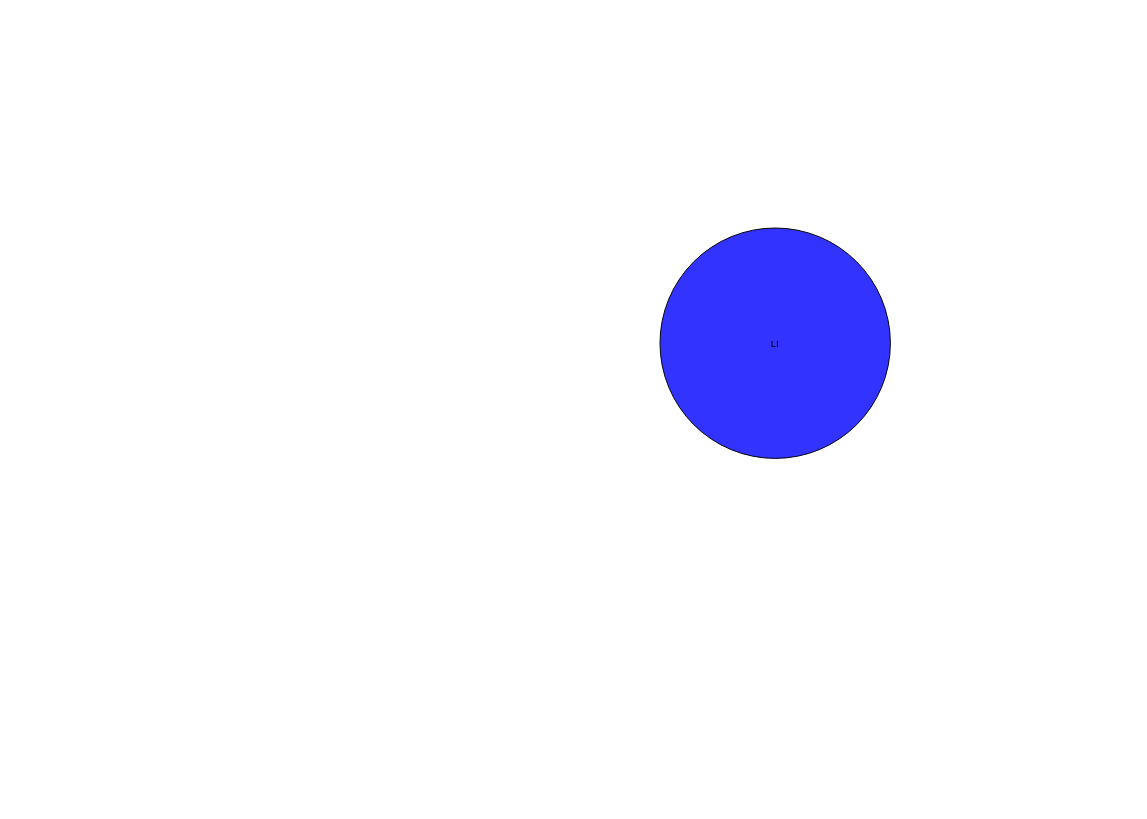
The draw.io diagram Untitled Diagram.drawio in Sofre/Library-Management-System-, before the edit. Source tidied: cells renumbered, new cells numbered last; positions are measured from the earlier drawing's top-left corner, leaving out a move shared by most shapes. Both pictures are drawn from the tidied source at 96%, with x=0, y=0 at pixel (660, 228).
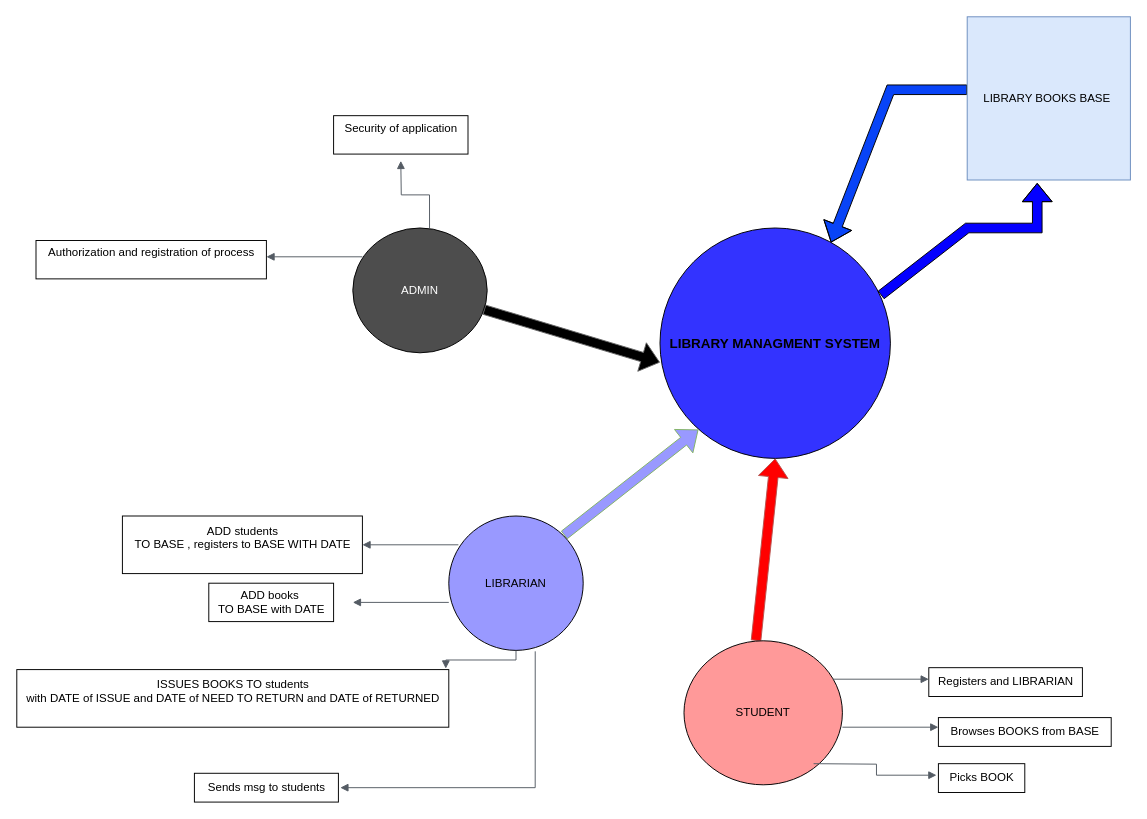
The same diagram, later.

Change to the diagram source:
```diff
@@
-    <mxCell id="2" value="&lt;div style=&quot;text-align: justify;&quot;&gt;&lt;font size=&quot;1&quot;&gt;LI&lt;/font&gt;&lt;/div&gt;" style="ellipse;whiteSpace=wrap;html=1;fillColor=#3333FF;" parent="1" vertex="1">
+    <mxCell id="2" value="&lt;div style=&quot;text-align: justify;&quot;&gt;&lt;font style=&quot;font-size: 14px;&quot;&gt;&lt;b&gt;LIBRARY MANAGMENT SYSTEM&lt;/b&gt;&lt;/font&gt;&lt;/div&gt;" style="ellipse;whiteSpace=wrap;html=1;fillColor=#3333FF;" parent="1" vertex="1">
       <mxGeometry width="240" height="240" as="geometry" />
     </mxCell>
+    <mxCell id="3" style="shape=flexArrow;endArrow=classic;html=1;rounded=0;fillColor=#000000;strokeColor=#666666;" parent="1" edge="1" source="8">
+      <mxGeometry relative="1" as="geometry">
+        <mxPoint y="140" as="targetPoint" />
+      </mxGeometry>
+    </mxCell>
+    <mxCell id="4" style="shape=flexArrow;endArrow=classic;html=1;rounded=0;fillColor=#9999FF;strokeColor=#82b366;" parent="1" edge="1">
+      <mxGeometry relative="1" as="geometry">
+        <mxPoint x="-100" y="320" as="sourcePoint" />
+        <mxPoint x="40" y="210" as="targetPoint" />
+      </mxGeometry>
+    </mxCell>
+    <mxCell id="5" style="shape=flexArrow;endArrow=classic;html=1;rounded=0;entryX=0.5;entryY=1;entryDx=0;entryDy=0;fillColor=#FF0000;strokeColor=#b85450;" parent="1" edge="1" target="2">
+      <mxGeometry relative="1" as="geometry">
+        <mxPoint x="100" y="430" as="sourcePoint" />
+      </mxGeometry>
+    </mxCell>
+    <mxCell id="6" style="shape=flexArrow;endArrow=classic;html=1;rounded=0;fillColor=#0400ff;entryX=0.429;entryY=1.018;entryDx=0;entryDy=0;entryPerimeter=0;" parent="1" edge="1" target="11">
+      <mxGeometry relative="1" as="geometry">
+        <mxPoint x="230" y="70" as="sourcePoint" />
+        <Array as="points">
+          <mxPoint x="320" />
+          <mxPoint x="393" />
+        </Array>
+      </mxGeometry>
+    </mxCell>
+    <mxCell id="7" style="shape=flexArrow;endArrow=classic;html=1;rounded=0;fillColor=#0844f7;exitX=0;exitY=0.447;exitDx=0;exitDy=0;exitPerimeter=0;entryX=0.742;entryY=0.063;entryDx=0;entryDy=0;entryPerimeter=0;" parent="1" edge="1" source="11" target="2">
+      <mxGeometry relative="1" as="geometry">
+        <Array as="points">
+          <mxPoint x="240" y="-144" />
+        </Array>
+      </mxGeometry>
+    </mxCell>
+    <mxCell id="8" value="&lt;font color=&quot;#ffffff&quot;&gt;ADMIN&lt;/font&gt;" style="ellipse;whiteSpace=wrap;html=1;fillColor=#4D4D4D;" parent="1" vertex="1">
+      <mxGeometry x="-320" width="140" height="130" as="geometry" />
+    </mxCell>
+    <mxCell id="9" value="LIBRARIAN" style="ellipse;whiteSpace=wrap;html=1;fillColor=#9999FF;" parent="1" vertex="1">
+      <mxGeometry x="-220" y="300" width="140" height="140" as="geometry" />
+    </mxCell>
+    <mxCell id="10" value="STUDENT" style="ellipse;whiteSpace=wrap;html=1;fillColor=#FF9999;" parent="1" vertex="1">
+      <mxGeometry x="25" y="430" width="165" height="150" as="geometry" />
+    </mxCell>
+    <mxCell id="11" value="LIBRARY BOOKS BASE&amp;nbsp;" style="whiteSpace=wrap;html=1;fillColor=#dae8fc;strokeColor=#6c8ebf;" parent="1" vertex="1">
+      <mxGeometry x="320" y="-220" width="170" height="170" as="geometry" />
+    </mxCell>
+    <mxCell id="12" style="edgeStyle=orthogonalEdgeStyle;html=1;endArrow=none;elbow=vertical;startArrow=block;startFill=1;strokeColor=#545B64;rounded=0;entryX=0.571;entryY=0;entryDx=0;entryDy=0;entryPerimeter=0;" parent="1" edge="1" target="8">
+      <mxGeometry relative="1" as="geometry">
+        <mxPoint x="-270" y="-70" as="sourcePoint" />
+      </mxGeometry>
+    </mxCell>
+    <mxCell id="13" value="Security of application&lt;div&gt;&lt;br&gt;&lt;/div&gt;" style="text;html=1;align=center;verticalAlign=middle;strokeColor=default;fillColor=none;" parent="1" vertex="1">
+      <mxGeometry x="-340" y="-117" width="140" height="40" as="geometry" />
+    </mxCell>
+    <mxCell id="14" style="edgeStyle=orthogonalEdgeStyle;html=1;endArrow=none;elbow=vertical;startArrow=block;startFill=1;strokeColor=#545B64;rounded=0;" parent="1" edge="1">
+      <mxGeometry relative="1" as="geometry">
+        <mxPoint x="-410" y="30" as="sourcePoint" />
+        <mxPoint x="-310" y="30" as="targetPoint" />
+      </mxGeometry>
+    </mxCell>
+    <mxCell id="15" value="Authorization and registration of process&lt;div&gt;&lt;br&gt;&lt;/div&gt;" style="text;html=1;align=center;verticalAlign=middle;strokeColor=default;fillColor=none;" parent="1" vertex="1">
+      <mxGeometry x="-650" y="13" width="240" height="40" as="geometry" />
+    </mxCell>
+    <mxCell id="16" style="edgeStyle=orthogonalEdgeStyle;html=1;endArrow=none;elbow=vertical;startArrow=block;startFill=1;strokeColor=#545B64;rounded=0;" parent="1" edge="1">
+      <mxGeometry relative="1" as="geometry">
+        <mxPoint x="-310" y="330" as="sourcePoint" />
+        <mxPoint x="-210" y="330" as="targetPoint" />
+      </mxGeometry>
+    </mxCell>
+    <mxCell id="17" value="ADD students&lt;div&gt;TO BASE , registers to BASE WITH DATE&lt;/div&gt;&lt;div&gt;&lt;br&gt;&lt;/div&gt;" style="text;html=1;align=center;verticalAlign=middle;strokeColor=default;fillColor=none;" parent="1" vertex="1">
+      <mxGeometry x="-560" y="300" width="250" height="60" as="geometry" />
+    </mxCell>
+    <mxCell id="18" style="edgeStyle=orthogonalEdgeStyle;html=1;endArrow=none;elbow=vertical;startArrow=block;startFill=1;strokeColor=#545B64;rounded=0;" parent="1" edge="1">
+      <mxGeometry relative="1" as="geometry">
+        <mxPoint x="-320" y="390" as="sourcePoint" />
+        <mxPoint x="-220" y="390" as="targetPoint" />
+      </mxGeometry>
+    </mxCell>
+    <mxCell id="19" value="ADD books&amp;nbsp;&lt;div&gt;TO BASE with DATE&lt;/div&gt;" style="text;html=1;align=center;verticalAlign=middle;strokeColor=default;fillColor=none;" parent="1" vertex="1">
+      <mxGeometry x="-470" y="370" width="130" height="40" as="geometry" />
+    </mxCell>
+    <mxCell id="20" style="edgeStyle=orthogonalEdgeStyle;html=1;endArrow=none;elbow=vertical;startArrow=block;startFill=1;strokeColor=#545B64;rounded=0;exitX=0.993;exitY=-0.017;exitDx=0;exitDy=0;exitPerimeter=0;" parent="1" edge="1" source="21" target="9">
+      <mxGeometry relative="1" as="geometry" />
+    </mxCell>
+    <mxCell id="21" value="ISSUES BOOKS TO students&lt;div&gt;with DATE of ISSUE and DATE of NEED TO RETURN and DATE of RETURNED&lt;/div&gt;&lt;div&gt;&lt;br&gt;&lt;/div&gt;" style="text;html=1;align=center;verticalAlign=middle;points=[];strokeColor=default;fillColor=none;" parent="1" vertex="1">
+      <mxGeometry x="-670" y="460" width="450" height="60" as="geometry" />
+    </mxCell>
+    <mxCell id="22" style="edgeStyle=orthogonalEdgeStyle;html=1;endArrow=none;elbow=vertical;startArrow=block;startFill=1;strokeColor=#545B64;rounded=0;entryX=0.643;entryY=1.007;entryDx=0;entryDy=0;entryPerimeter=0;exitX=1.013;exitY=0.5;exitDx=0;exitDy=0;exitPerimeter=0;" parent="1" edge="1" source="23" target="9">
+      <mxGeometry relative="1" as="geometry" />
+    </mxCell>
+    <mxCell id="23" value="Sends msg to students" style="text;html=1;align=center;verticalAlign=middle;points=[];strokeColor=default;fillColor=none;" parent="1" vertex="1">
+      <mxGeometry x="-485" y="568" width="150" height="30" as="geometry" />
+    </mxCell>
+    <mxCell id="24" style="edgeStyle=orthogonalEdgeStyle;html=1;endArrow=block;elbow=vertical;startArrow=none;endFill=1;strokeColor=#545B64;rounded=0;" parent="1" edge="1">
+      <mxGeometry relative="1" as="geometry">
+        <mxPoint x="180" y="470" as="sourcePoint" />
+        <mxPoint x="280" y="470" as="targetPoint" />
+      </mxGeometry>
+    </mxCell>
+    <mxCell id="25" value="Registers and LIBRARIAN" style="text;html=1;align=center;verticalAlign=middle;fillColor=none;strokeColor=default;" parent="1" vertex="1">
+      <mxGeometry x="280" y="458" width="160" height="30" as="geometry" />
+    </mxCell>
+    <mxCell id="26" style="edgeStyle=orthogonalEdgeStyle;html=1;endArrow=block;elbow=vertical;startArrow=none;endFill=1;strokeColor=#545B64;rounded=0;" parent="1" edge="1">
+      <mxGeometry relative="1" as="geometry">
+        <mxPoint x="190" y="520" as="sourcePoint" />
+        <mxPoint x="290" y="520" as="targetPoint" />
+      </mxGeometry>
+    </mxCell>
+    <mxCell id="27" value="Browses BOOKS from BASE" style="text;html=1;align=center;verticalAlign=middle;strokeColor=default;fillColor=none;" parent="1" vertex="1">
+      <mxGeometry x="290" y="510" width="180" height="30" as="geometry" />
+    </mxCell>
+    <mxCell id="28" value="Picks BOOK" style="text;html=1;align=center;verticalAlign=middle;points=[];strokeColor=default;fillColor=none;" parent="1" vertex="1">
+      <mxGeometry x="290" y="558" width="90" height="30" as="geometry" />
+    </mxCell>
+    <mxCell id="29" style="edgeStyle=orthogonalEdgeStyle;html=1;endArrow=block;elbow=vertical;startArrow=none;endFill=1;strokeColor=#545B64;rounded=0;entryX=-0.022;entryY=0.4;entryDx=0;entryDy=0;entryPerimeter=0;" parent="1" edge="1" target="28">
+      <mxGeometry relative="1" as="geometry">
+        <mxPoint x="160" y="558" as="sourcePoint" />
+      </mxGeometry>
+    </mxCell>
```
